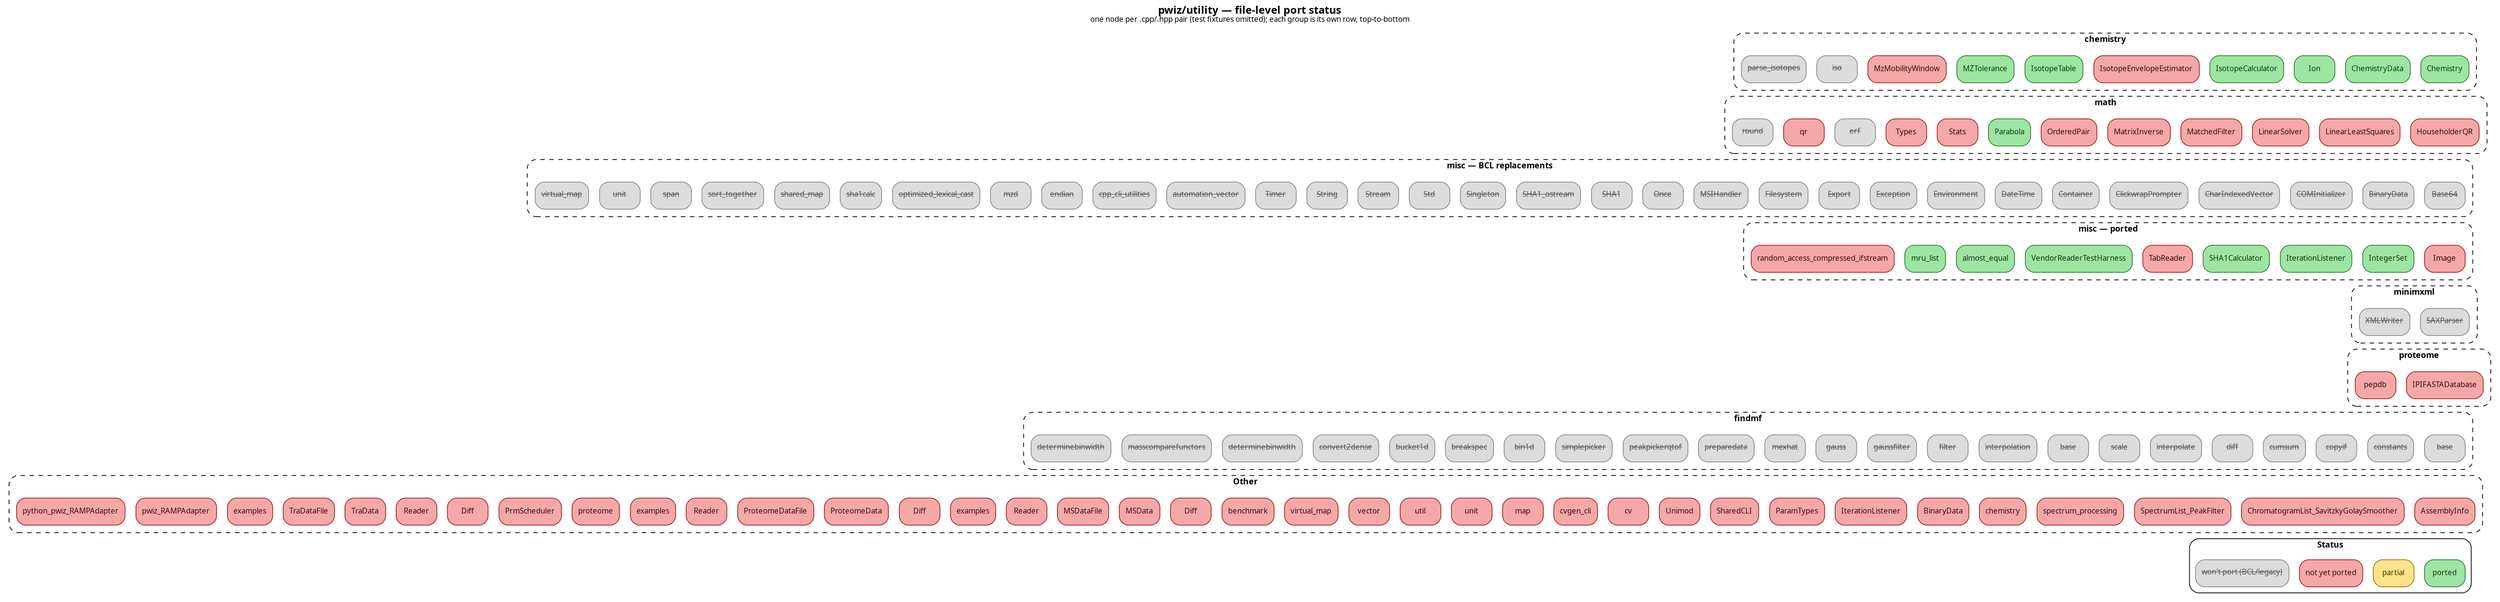
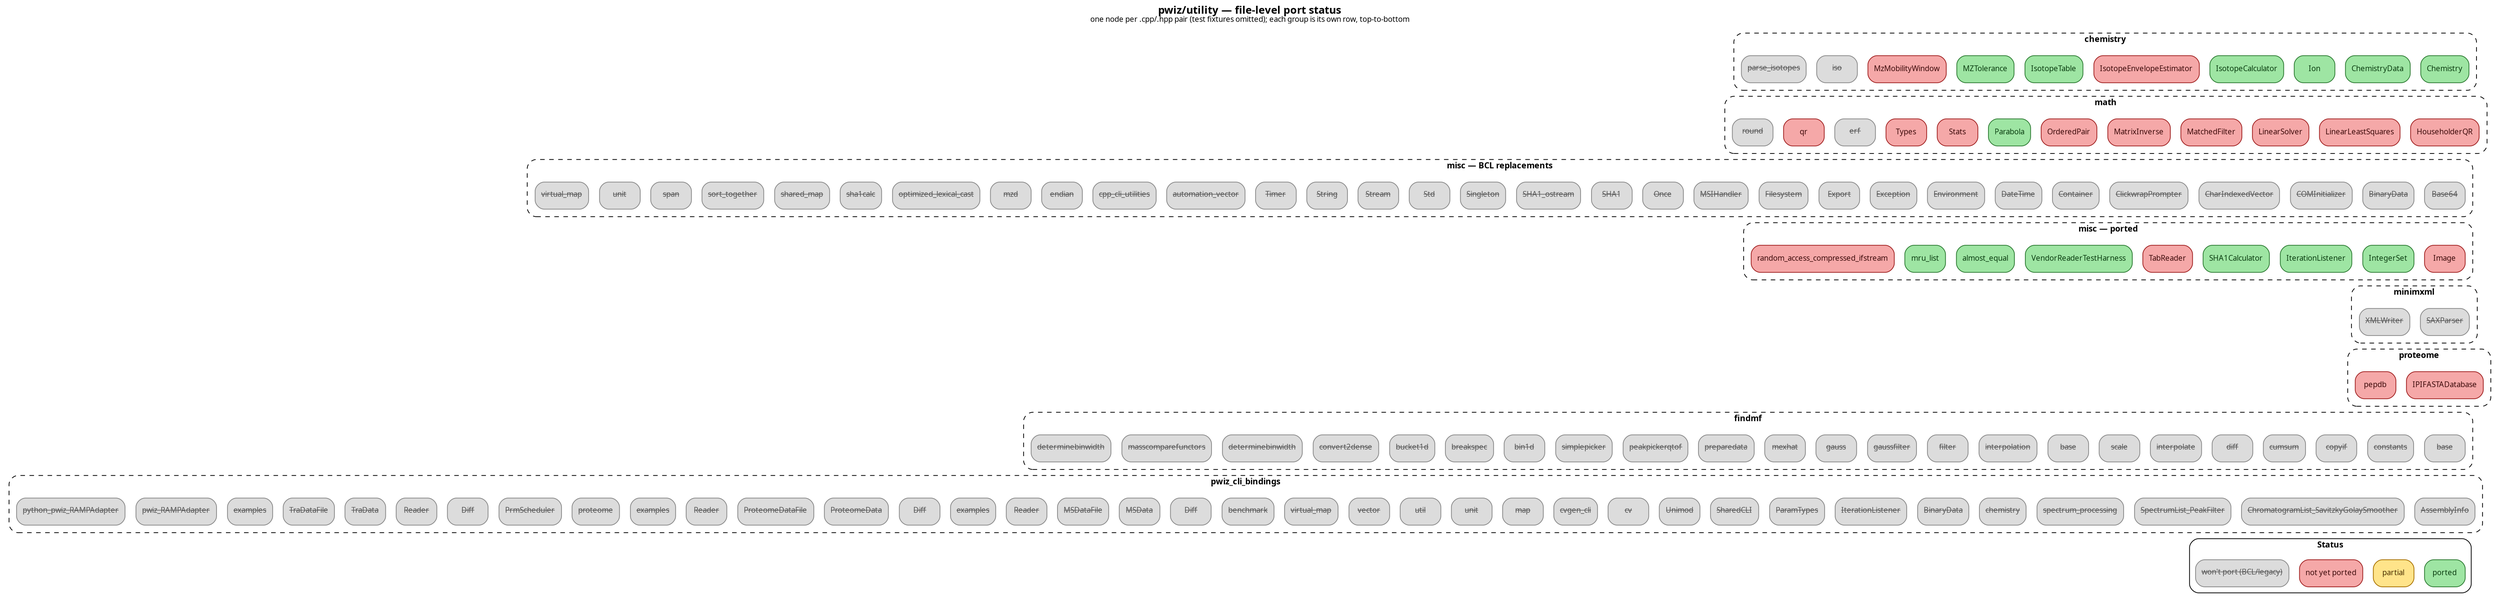
digraph pwiz_module_detail {
  rankdir=TB;
  labelloc=t;
  label=<<b>pwiz/utility — file-level port status</b><br/><font point-size="10">one node per .cpp/.hpp pair (test fixtures omitted); each group is its own row, top-to-bottom</font>>;
  fontname="Segoe UI";
  node [shape=box, style="filled,rounded", fontname="Segoe UI", fontsize=10];
  edge [color="#444"];
  ranksep=0.6; nodesep=0.2;
  compound=true;
  newrank=true;
  splines=false;
  subgraph cluster_utility_chemistry {
    label=<<b>chemistry</b>>;
    style="rounded,dashed";
    color="#888";
    fontname="Segoe UI";
    fontsize=11;
    margin=10;
    rank=same;
    n_utility__chemistry__Chemistry [label="Chemistry", fillcolor="#9ee5a3", color="#2c7a32", fontcolor="#0a3d10", tooltip="Element / Formula / Mass arithmetic. Ported as Util/Chemistry/Formula.cs + Element*.cs +&#10;PhysicalConstants.cs. Generated 118-element table from cpp via Chemistry/generate_elements.py.", href="https://github.com/ProteoWizard/pwiz/blob/master/pwiz/utility/chemistry/Chemistry.cpp", target="_blank"];
    n_utility__chemistry__ChemistryData [label="ChemistryData", fillcolor="#9ee5a3", color="#2c7a32", fontcolor="#0a3d10", tooltip="Generated isotope masses + abundances for all 118 elements. Ported as Util/Chemistry/ChemistryData.generated.cs.", href="https://github.com/ProteoWizard/pwiz/blob/master/pwiz/utility/chemistry/ChemistryData.cpp", target="_blank"];
    n_utility__chemistry__Ion [label="Ion", fillcolor="#9ee5a3", color="#2c7a32", fontcolor="#0a3d10", tooltip="m/z-from-mass-and-charge helpers. Ported as Util/Chemistry/Ion.cs.", href="https://github.com/ProteoWizard/pwiz/blob/master/pwiz/utility/chemistry/Ion.hpp", target="_blank"];
    n_utility__chemistry__IsotopeCalculator [label="IsotopeCalculator", fillcolor="#9ee5a3", color="#2c7a32", fontcolor="#0a3d10", tooltip="Isotope-envelope distribution calculator. Ported as Util/Chemistry/IsotopeCalculator.cs.", href="https://github.com/ProteoWizard/pwiz/blob/master/pwiz/utility/chemistry/IsotopeCalculator.cpp", target="_blank"];
    n_utility__chemistry__IsotopeEnvelopeEstimator [label="IsotopeEnvelopeEstimator", fillcolor="#f5a8a8", color="#a02020", fontcolor="#3d0a0a", tooltip="Statistical fit of isotope-envelope shapes. NOT PORTED — no current consumer.", href="https://github.com/ProteoWizard/pwiz/blob/master/pwiz/utility/chemistry/IsotopeEnvelopeEstimator.cpp", target="_blank"];
    n_utility__chemistry__IsotopeTable [label="IsotopeTable", fillcolor="#9ee5a3", color="#2c7a32", fontcolor="#0a3d10", tooltip="Per-element isotope table. Ported as Util/Chemistry/IsotopeTable.cs.", href="https://github.com/ProteoWizard/pwiz/blob/master/pwiz/utility/chemistry/IsotopeTable.cpp", target="_blank"];
    n_utility__chemistry__MZTolerance [label="MZTolerance", fillcolor="#9ee5a3", color="#2c7a32", fontcolor="#0a3d10", tooltip="m/z tolerance ppm/Da arithmetic. Ported as Util/Chemistry/MZTolerance.cs.", href="https://github.com/ProteoWizard/pwiz/blob/master/pwiz/utility/chemistry/MZTolerance.cpp", target="_blank"];
    n_utility__chemistry__MzMobilityWindow [label="MzMobilityWindow", fillcolor="#f5a8a8", color="#a02020", fontcolor="#3d0a0a", tooltip="(m/z, ion-mobility) window math. NOT PORTED.", href="https://github.com/ProteoWizard/pwiz/blob/master/pwiz/utility/chemistry/MzMobilityWindow.hpp", target="_blank"];
    n_utility__chemistry__iso [label=<<s>iso</s>>, fillcolor="#dcdcdc", color="#888888", fontcolor="#555555", tooltip="Small command-line tool. SKIPPED.", href="https://github.com/ProteoWizard/pwiz/blob/master/pwiz/utility/chemistry/iso.cpp", target="_blank"];
    n_utility__chemistry__parse_isotopes [label=<<s>parse_isotopes</s>>, fillcolor="#dcdcdc", color="#888888", fontcolor="#555555", tooltip="Tiny CLI helper. SKIPPED.", href="https://github.com/ProteoWizard/pwiz/blob/master/pwiz/utility/chemistry/parse_isotopes.cpp", target="_blank"];
    n_utility__chemistry__Chemistry -> n_utility__chemistry__ChemistryData -> n_utility__chemistry__Ion -> n_utility__chemistry__IsotopeCalculator -> n_utility__chemistry__IsotopeEnvelopeEstimator -> n_utility__chemistry__IsotopeTable -> n_utility__chemistry__MZTolerance -> n_utility__chemistry__MzMobilityWindow -> n_utility__chemistry__iso -> n_utility__chemistry__parse_isotopes [style=invis, constraint=false];
  }
  subgraph cluster_utility_math {
    label=<<b>math</b>>;
    style="rounded,dashed";
    color="#888";
    fontname="Segoe UI";
    fontsize=11;
    margin=10;
    rank=same;
    n_utility__math__HouseholderQR [label="HouseholderQR", fillcolor="#f5a8a8", color="#a02020", fontcolor="#3d0a0a", tooltip="Not yet ported. No specific reason recorded.", href="https://github.com/ProteoWizard/pwiz/blob/master/pwiz/utility/math/HouseholderQR.hpp", target="_blank"];
    n_utility__math__LinearLeastSquares [label="LinearLeastSquares", fillcolor="#f5a8a8", color="#a02020", fontcolor="#3d0a0a", tooltip="Not yet ported. No specific reason recorded.", href="https://github.com/ProteoWizard/pwiz/blob/master/pwiz/utility/math/LinearLeastSquares.hpp", target="_blank"];
    n_utility__math__LinearSolver [label="LinearSolver", fillcolor="#f5a8a8", color="#a02020", fontcolor="#3d0a0a", tooltip="Not yet ported. No specific reason recorded.", href="https://github.com/ProteoWizard/pwiz/blob/master/pwiz/utility/math/LinearSolver.hpp", target="_blank"];
    n_utility__math__MatchedFilter [label="MatchedFilter", fillcolor="#f5a8a8", color="#a02020", fontcolor="#3d0a0a", tooltip="Not yet ported. No specific reason recorded.", href="https://github.com/ProteoWizard/pwiz/blob/master/pwiz/utility/math/MatchedFilter.hpp", target="_blank"];
    n_utility__math__MatrixInverse [label="MatrixInverse", fillcolor="#f5a8a8", color="#a02020", fontcolor="#3d0a0a", tooltip="Use MathNet.Numerics.LinearAlgebra. NOT PORTED.", href="https://github.com/ProteoWizard/pwiz/blob/master/pwiz/utility/math/MatrixInverse.hpp", target="_blank"];
    n_utility__math__OrderedPair [label="OrderedPair", fillcolor="#f5a8a8", color="#a02020", fontcolor="#3d0a0a", tooltip="Tiny (x,y) struct. NOT PORTED — System.ValueTuple covers.", href="https://github.com/ProteoWizard/pwiz/blob/master/pwiz/utility/math/OrderedPair.hpp", target="_blank"];
    n_utility__math__Parabola [label="Parabola", fillcolor="#9ee5a3", color="#2c7a32", fontcolor="#0a3d10", tooltip="3-point parabola fit (peak-centroiding). Ported as Util/Math/Parabola.cs.", href="https://github.com/ProteoWizard/pwiz/blob/master/pwiz/utility/math/Parabola.cpp", target="_blank"];
    n_utility__math__Stats [label="Stats", fillcolor="#f5a8a8", color="#a02020", fontcolor="#3d0a0a", tooltip="Mean/variance/percentile helpers. NOT PORTED — MathNet.Numerics covers the use cases.", href="https://github.com/ProteoWizard/pwiz/blob/master/pwiz/utility/math/Stats.cpp", target="_blank"];
    n_utility__math__Types [label="Types", fillcolor="#f5a8a8", color="#a02020", fontcolor="#3d0a0a", tooltip="Not yet ported. No specific reason recorded.", href="https://github.com/ProteoWizard/pwiz/blob/master/pwiz/utility/math/Types.hpp", target="_blank"];
    n_utility__math__erf [label=<<s>erf</s>>, fillcolor="#dcdcdc", color="#888888", fontcolor="#555555", tooltip="Use System.Math.Erf (.NET 5+). SKIPPED.", href="https://github.com/ProteoWizard/pwiz/blob/master/pwiz/utility/math/erf.cpp", target="_blank"];
    n_utility__math__qr [label="qr", fillcolor="#f5a8a8", color="#a02020", fontcolor="#3d0a0a", tooltip="Not yet ported. No specific reason recorded.", href="https://github.com/ProteoWizard/pwiz/blob/master/pwiz/utility/math/qr.hpp", target="_blank"];
    n_utility__math__round [label=<<s>round</s>>, fillcolor="#dcdcdc", color="#888888", fontcolor="#555555", tooltip="Use System.Math.Round. SKIPPED.", href="https://github.com/ProteoWizard/pwiz/blob/master/pwiz/utility/math/round.hpp", target="_blank"];
    n_utility__math__HouseholderQR -> n_utility__math__LinearLeastSquares -> n_utility__math__LinearSolver -> n_utility__math__MatchedFilter -> n_utility__math__MatrixInverse -> n_utility__math__OrderedPair -> n_utility__math__Parabola -> n_utility__math__Stats -> n_utility__math__Types -> n_utility__math__erf -> n_utility__math__qr -> n_utility__math__round [style=invis, constraint=false];
  }
  subgraph cluster_utility_misc_BCL_replacements {
    label=<<b>misc — BCL replacements</b>>;
    style="rounded,dashed";
    color="#888";
    fontname="Segoe UI";
    fontsize=11;
    margin=10;
    rank=same;
    n_utility__misc__Base64 [label=<<s>Base64</s>>, fillcolor="#dcdcdc", color="#888888", fontcolor="#555555", tooltip="Use System.Convert.ToBase64String / Buffers.Text.Base64. SKIPPED.", href="https://github.com/ProteoWizard/pwiz/blob/master/pwiz/utility/misc/Base64.cpp", target="_blank"];
    n_utility__misc__BinaryData [label=<<s>BinaryData</s>>, fillcolor="#dcdcdc", color="#888888", fontcolor="#555555", tooltip="Use byte[] / Span<byte>. SKIPPED.", href="https://github.com/ProteoWizard/pwiz/blob/master/pwiz/utility/misc/BinaryData.cpp", target="_blank"];
    n_utility__misc__COMInitializer [label=<<s>COMInitializer</s>>, fillcolor="#dcdcdc", color="#888888", fontcolor="#555555", tooltip="COM apartment init. SKIPPED.", href="https://github.com/ProteoWizard/pwiz/blob/master/pwiz/utility/misc/COMInitializer.cpp", target="_blank"];
    n_utility__misc__CharIndexedVector [label=<<s>CharIndexedVector</s>>, fillcolor="#dcdcdc", color="#888888", fontcolor="#555555", tooltip="Char-keyed bitmap. SKIPPED — replaced by Dictionary<char,T>.", href="https://github.com/ProteoWizard/pwiz/blob/master/pwiz/utility/misc/CharIndexedVector.hpp", target="_blank"];
    n_utility__misc__ClickwrapPrompter [label=<<s>ClickwrapPrompter</s>>, fillcolor="#dcdcdc", color="#888888", fontcolor="#555555", tooltip="Vendor-license EULA prompt at build time. SKIPPED — handled by build scripts.", href="https://github.com/ProteoWizard/pwiz/blob/master/pwiz/utility/misc/ClickwrapPrompter.cpp", target="_blank"];
    n_utility__misc__Container [label=<<s>Container</s>>, fillcolor="#dcdcdc", color="#888888", fontcolor="#555555", tooltip="C++ STL container alias header. N/A. SKIPPED.", href="https://github.com/ProteoWizard/pwiz/blob/master/pwiz/utility/misc/Container.hpp", target="_blank"];
    n_utility__misc__DateTime [label=<<s>DateTime</s>>, fillcolor="#dcdcdc", color="#888888", fontcolor="#555555", tooltip="Use System.DateTime + System.DateTimeOffset. SKIPPED.", href="https://github.com/ProteoWizard/pwiz/blob/master/pwiz/utility/misc/DateTime.hpp", target="_blank"];
    n_utility__misc__Environment [label=<<s>Environment</s>>, fillcolor="#dcdcdc", color="#888888", fontcolor="#555555", tooltip="Use System.Environment. SKIPPED.", href="https://github.com/ProteoWizard/pwiz/blob/master/pwiz/utility/misc/Environment.hpp", target="_blank"];
    n_utility__misc__Exception [label=<<s>Exception</s>>, fillcolor="#dcdcdc", color="#888888", fontcolor="#555555", tooltip="Use System exception types. SKIPPED.", href="https://github.com/ProteoWizard/pwiz/blob/master/pwiz/utility/misc/Exception.hpp", target="_blank"];
    n_utility__misc__Export [label=<<s>Export</s>>, fillcolor="#dcdcdc", color="#888888", fontcolor="#555555", tooltip="DLL_EXPORT/IMPORT macros. N/A. SKIPPED.", href="https://github.com/ProteoWizard/pwiz/blob/master/pwiz/utility/misc/Export.hpp", target="_blank"];
    n_utility__misc__Filesystem [label=<<s>Filesystem</s>>, fillcolor="#dcdcdc", color="#888888", fontcolor="#555555", tooltip="Use System.IO.Path / Directory / File. SKIPPED.", href="https://github.com/ProteoWizard/pwiz/blob/master/pwiz/utility/misc/Filesystem.cpp", target="_blank"];
    n_utility__misc__MSIHandler [label=<<s>MSIHandler</s>>, fillcolor="#dcdcdc", color="#888888", fontcolor="#555555", tooltip="Windows Installer detection. SKIPPED.", href="https://github.com/ProteoWizard/pwiz/blob/master/pwiz/utility/misc/MSIHandler.cpp", target="_blank"];
    n_utility__misc__Once [label=<<s>Once</s>>, fillcolor="#dcdcdc", color="#888888", fontcolor="#555555", tooltip="Thread-safe one-shot init. Use Lazy<T> / static ctor. SKIPPED.", href="https://github.com/ProteoWizard/pwiz/blob/master/pwiz/utility/misc/Once.hpp", target="_blank"];
    n_utility__misc__SHA1 [label=<<s>SHA1</s>>, fillcolor="#dcdcdc", color="#888888", fontcolor="#555555", tooltip="Use System.Security.Cryptography.SHA1. SKIPPED.", href="https://github.com/ProteoWizard/pwiz/blob/master/pwiz/utility/misc/SHA1.cpp", target="_blank"];
    n_utility__misc__SHA1_ostream [label=<<s>SHA1_ostream</s>>, fillcolor="#dcdcdc", color="#888888", fontcolor="#555555", tooltip="stdout-tee SHA1 stream — covered by HashingCountingStream in MsData. SKIPPED.", href="https://github.com/ProteoWizard/pwiz/blob/master/pwiz/utility/misc/SHA1_ostream.hpp", target="_blank"];
    n_utility__misc__Singleton [label=<<s>Singleton</s>>, fillcolor="#dcdcdc", color="#888888", fontcolor="#555555", tooltip="Use static / DI / Lazy<T>. SKIPPED.", href="https://github.com/ProteoWizard/pwiz/blob/master/pwiz/utility/misc/Singleton.hpp", target="_blank"];
    n_utility__misc__Std [label=<<s>Std</s>>, fillcolor="#dcdcdc", color="#888888", fontcolor="#555555", tooltip="C++ namespace alias header (using std::...). N/A in C#. SKIPPED.", href="https://github.com/ProteoWizard/pwiz/blob/master/pwiz/utility/misc/Std.hpp", target="_blank"];
    n_utility__misc__Stream [label=<<s>Stream</s>>, fillcolor="#dcdcdc", color="#888888", fontcolor="#555555", tooltip="Use System.IO streams. SKIPPED.", href="https://github.com/ProteoWizard/pwiz/blob/master/pwiz/utility/misc/Stream.hpp", target="_blank"];
    n_utility__misc__String [label=<<s>String</s>>, fillcolor="#dcdcdc", color="#888888", fontcolor="#555555", tooltip="Use System.String + System.Text. SKIPPED.", href="https://github.com/ProteoWizard/pwiz/blob/master/pwiz/utility/misc/String.cpp", target="_blank"];
    n_utility__misc__Timer [label=<<s>Timer</s>>, fillcolor="#dcdcdc", color="#888888", fontcolor="#555555", tooltip="Use System.Diagnostics.Stopwatch. SKIPPED.", href="https://github.com/ProteoWizard/pwiz/blob/master/pwiz/utility/misc/Timer.hpp", target="_blank"];
    n_utility__misc__automation_vector [label=<<s>automation_vector</s>>, fillcolor="#dcdcdc", color="#888888", fontcolor="#555555", tooltip="COM SAFEARRAY interop helper. N/A in pwiz-sharp. SKIPPED.", href="https://github.com/ProteoWizard/pwiz/blob/master/pwiz/utility/misc/automation_vector.cpp", target="_blank"];
    n_utility__misc__cpp_cli_utilities [label=<<s>cpp_cli_utilities</s>>, fillcolor="#dcdcdc", color="#888888", fontcolor="#555555", tooltip="C++/CLI marshaling helpers (ToStdString etc.). SKIPPED — pwiz-sharp has no CLI bridge.", href="https://github.com/ProteoWizard/pwiz/blob/master/pwiz/utility/misc/cpp_cli_utilities.hpp", target="_blank"];
    n_utility__misc__endian [label=<<s>endian</s>>, fillcolor="#dcdcdc", color="#888888", fontcolor="#555555", tooltip="Use System.Buffers.Binary.BinaryPrimitives. SKIPPED.", href="https://github.com/ProteoWizard/pwiz/blob/master/pwiz/utility/misc/endian.hpp", target="_blank"];
    n_utility__misc__mzd [label=<<s>mzd</s>>, fillcolor="#dcdcdc", color="#888888", fontcolor="#555555", tooltip="mzd-format helper. SKIPPED.", href="https://github.com/ProteoWizard/pwiz/blob/master/pwiz/utility/misc/mzd.hpp", target="_blank"];
    n_utility__misc__optimized_lexical_cast [label=<<s>optimized_lexical_cast</s>>, fillcolor="#dcdcdc", color="#888888", fontcolor="#555555", tooltip="Boost lexical_cast tuning. SKIPPED — use BCL parse methods.", href="https://github.com/ProteoWizard/pwiz/blob/master/pwiz/utility/misc/optimized_lexical_cast.hpp", target="_blank"];
    n_utility__misc__sha1calc [label=<<s>sha1calc</s>>, fillcolor="#dcdcdc", color="#888888", fontcolor="#555555", tooltip="CLI wrapper around SHA1Calculator. SKIPPED.", href="https://github.com/ProteoWizard/pwiz/blob/master/pwiz/utility/misc/sha1calc.cpp", target="_blank"];
    n_utility__misc__shared_map [label=<<s>shared_map</s>>, fillcolor="#dcdcdc", color="#888888", fontcolor="#555555", tooltip="Thread-safe map wrapper. SKIPPED — use ConcurrentDictionary.", href="https://github.com/ProteoWizard/pwiz/blob/master/pwiz/utility/misc/shared_map.hpp", target="_blank"];
    n_utility__misc__sort_together [label=<<s>sort_together</s>>, fillcolor="#dcdcdc", color="#888888", fontcolor="#555555", tooltip="Parallel-array sort. SKIPPED — use indexed Array.Sort with comparator.", href="https://github.com/ProteoWizard/pwiz/blob/master/pwiz/utility/misc/sort_together.hpp", target="_blank"];
    n_utility__misc__span [label=<<s>span</s>>, fillcolor="#dcdcdc", color="#888888", fontcolor="#555555", tooltip="Use System.Span<T>. SKIPPED.", href="https://github.com/ProteoWizard/pwiz/blob/master/pwiz/utility/misc/span.hpp", target="_blank"];
    n_utility__misc__unit [label=<<s>unit</s>>, fillcolor="#dcdcdc", color="#888888", fontcolor="#555555", tooltip="C++ unit-test framework. SKIPPED — replaced by MSTest.", href="https://github.com/ProteoWizard/pwiz/blob/master/pwiz/utility/misc/unit.hpp", target="_blank"];
    n_utility__misc__virtual_map [label=<<s>virtual_map</s>>, fillcolor="#dcdcdc", color="#888888", fontcolor="#555555", tooltip="Polymorphic map. SKIPPED.", href="https://github.com/ProteoWizard/pwiz/blob/master/pwiz/utility/misc/virtual_map.hpp", target="_blank"];
    n_utility__misc__Base64 -> n_utility__misc__BinaryData -> n_utility__misc__COMInitializer -> n_utility__misc__CharIndexedVector -> n_utility__misc__ClickwrapPrompter -> n_utility__misc__Container -> n_utility__misc__DateTime -> n_utility__misc__Environment -> n_utility__misc__Exception -> n_utility__misc__Export -> n_utility__misc__Filesystem -> n_utility__misc__MSIHandler -> n_utility__misc__Once -> n_utility__misc__SHA1 -> n_utility__misc__SHA1_ostream -> n_utility__misc__Singleton -> n_utility__misc__Std -> n_utility__misc__Stream -> n_utility__misc__String -> n_utility__misc__Timer -> n_utility__misc__automation_vector -> n_utility__misc__cpp_cli_utilities -> n_utility__misc__endian -> n_utility__misc__mzd -> n_utility__misc__optimized_lexical_cast -> n_utility__misc__sha1calc -> n_utility__misc__shared_map -> n_utility__misc__sort_together -> n_utility__misc__span -> n_utility__misc__unit -> n_utility__misc__virtual_map [style=invis, constraint=false];
  }
  subgraph cluster_utility_misc_ported {
    label=<<b>misc — ported</b>>;
    style="rounded,dashed";
    color="#888";
    fontname="Segoe UI";
    fontsize=11;
    margin=10;
    rank=same;
    n_utility__misc__Image [label="Image", fillcolor="#f5a8a8", color="#a02020", fontcolor="#3d0a0a", tooltip="Image I/O (BMP/PNG output for peakpicking debug). NOT PORTED.", href="https://github.com/ProteoWizard/pwiz/blob/master/pwiz/utility/misc/Image.cpp", target="_blank"];
    n_utility__misc__IntegerSet [label="IntegerSet", fillcolor="#9ee5a3", color="#2c7a32", fontcolor="#0a3d10", tooltip="Sparse integer set with range arithmetic. Ported as Util/IntegerSet.cs.", href="https://github.com/ProteoWizard/pwiz/blob/master/pwiz/utility/misc/IntegerSet.cpp", target="_blank"];
    n_utility__misc__IterationListener [label="IterationListener", fillcolor="#9ee5a3", color="#2c7a32", fontcolor="#0a3d10", tooltip="Progress listener interface + registry. Ported as Util/Misc/IterationListener.cs (IIterationListener + IterationListenerRegistry).", href="https://github.com/ProteoWizard/pwiz/blob/master/pwiz/utility/misc/IterationListener.cpp", target="_blank"];
    n_utility__misc__SHA1Calculator [label="SHA1Calculator", fillcolor="#9ee5a3", color="#2c7a32", fontcolor="#0a3d10", tooltip="Streaming SHA-1 helper. Ported as Util/Sha1Calculator.cs.", href="https://github.com/ProteoWizard/pwiz/blob/master/pwiz/utility/misc/SHA1Calculator.cpp", target="_blank"];
    n_utility__misc__TabReader [label="TabReader", fillcolor="#f5a8a8", color="#a02020", fontcolor="#3d0a0a", tooltip="Generic TSV reader. NOT PORTED — call sites use Sciex CSV reader instead.", href="https://github.com/ProteoWizard/pwiz/blob/master/pwiz/utility/misc/TabReader.cpp", target="_blank"];
    n_utility__misc__VendorReaderTestHarness [label="VendorReaderTestHarness", fillcolor="#9ee5a3", color="#2c7a32", fontcolor="#0a3d10", tooltip="Round-trip harness: reads vendor file, normalizes, diffs against reference mzML.&#10;Ported as test/Pwiz.TestHarness/VendorReaderTestHarness.cs. Drives every vendor&#10;fixture test (Reader_Bruker_*, Reader_Thermo_*, …).", href="https://github.com/ProteoWizard/pwiz/blob/master/pwiz/utility/misc/VendorReaderTestHarness.cpp", target="_blank"];
    n_utility__misc__almost_equal [label="almost_equal", fillcolor="#9ee5a3", color="#2c7a32", fontcolor="#0a3d10", tooltip="Floating-point epsilon compare. Ported as Util/Math/FloatingPoint.cs (AlmostEqual).", href="https://github.com/ProteoWizard/pwiz/blob/master/pwiz/utility/misc/almost_equal.hpp", target="_blank"];
    n_utility__misc__mru_list [label="mru_list", fillcolor="#9ee5a3", color="#2c7a32", fontcolor="#0a3d10", tooltip="Bounded LRU helper (paired with MemoryMRUCache). Ported via Util/Collections/LruCache.cs.", href="https://github.com/ProteoWizard/pwiz/blob/master/pwiz/utility/misc/mru_list.hpp", target="_blank"];
    n_utility__misc__random_access_compressed_ifstream [label="random_access_compressed_ifstream", fillcolor="#f5a8a8", color="#a02020", fontcolor="#3d0a0a", tooltip="Seekable gzip stream. NOT PORTED — not used by core msconvert path.", href="https://github.com/ProteoWizard/pwiz/blob/master/pwiz/utility/misc/random_access_compressed_ifstream.cpp", target="_blank"];
    n_utility__misc__Image -> n_utility__misc__IntegerSet -> n_utility__misc__IterationListener -> n_utility__misc__SHA1Calculator -> n_utility__misc__TabReader -> n_utility__misc__VendorReaderTestHarness -> n_utility__misc__almost_equal -> n_utility__misc__mru_list -> n_utility__misc__random_access_compressed_ifstream [style=invis, constraint=false];
  }
  subgraph cluster_utility_minimxml {
    label=<<b>minimxml</b>>;
    style="rounded,dashed";
    color="#888";
    fontname="Segoe UI";
    fontsize=11;
    margin=10;
    rank=same;
    n_utility__minimxml__SAXParser [label=<<s>SAXParser</s>>, fillcolor="#dcdcdc", color="#888888", fontcolor="#555555", tooltip="Use System.Xml.XmlReader. SKIPPED.", href="https://github.com/ProteoWizard/pwiz/blob/master/pwiz/utility/minimxml/SAXParser.cpp", target="_blank"];
    n_utility__minimxml__XMLWriter [label=<<s>XMLWriter</s>>, fillcolor="#dcdcdc", color="#888888", fontcolor="#555555", tooltip="Use System.Xml.XmlWriter. SKIPPED.", href="https://github.com/ProteoWizard/pwiz/blob/master/pwiz/utility/minimxml/XMLWriter.cpp", target="_blank"];
    n_utility__minimxml__SAXParser -> n_utility__minimxml__XMLWriter [style=invis, constraint=false];
  }
  subgraph cluster_utility_proteome {
    label=<<b>proteome</b>>;
    style="rounded,dashed";
    color="#888";
    fontname="Segoe UI";
    fontsize=11;
    margin=10;
    rank=same;
    n_utility__proteome__IPIFASTADatabase [label="IPIFASTADatabase", fillcolor="#f5a8a8", color="#a02020", fontcolor="#3d0a0a", tooltip="Not yet ported. No specific reason recorded.", href="https://github.com/ProteoWizard/pwiz/blob/master/pwiz/utility/proteome/IPIFASTADatabase.cpp", target="_blank"];
    n_utility__proteome__pepdb [label="pepdb", fillcolor="#f5a8a8", color="#a02020", fontcolor="#3d0a0a", tooltip="Not yet ported. No specific reason recorded.", href="https://github.com/ProteoWizard/pwiz/blob/master/pwiz/utility/proteome/pepdb.cpp", target="_blank"];
    n_utility__proteome__IPIFASTADatabase -> n_utility__proteome__pepdb [style=invis, constraint=false];
  }
  subgraph cluster_utility_findmf {
    label=<<b>findmf</b>>;
    style="rounded,dashed";
    color="#888";
    fontname="Segoe UI";
    fontsize=11;
    margin=10;
    rank=same;
    n_utility__findmf__base__base__base [label=<<s>base</s>>, fillcolor="#dcdcdc", color="#888888", fontcolor="#555555", tooltip="Won't port. No specific replacement recorded.", href="https://github.com/ProteoWizard/pwiz/blob/master/pwiz/utility/findmf/base/base/base.hpp", target="_blank"];
    n_utility__findmf__base__base__constants [label=<<s>constants</s>>, fillcolor="#dcdcdc", color="#888888", fontcolor="#555555", tooltip="Won't port. No specific replacement recorded.", href="https://github.com/ProteoWizard/pwiz/blob/master/pwiz/utility/findmf/base/base/constants.hpp", target="_blank"];
    n_utility__findmf__base__base__copyif [label=<<s>copyif</s>>, fillcolor="#dcdcdc", color="#888888", fontcolor="#555555", tooltip="Won't port. No specific replacement recorded.", href="https://github.com/ProteoWizard/pwiz/blob/master/pwiz/utility/findmf/base/base/copyif.hpp", target="_blank"];
    n_utility__findmf__base__base__cumsum [label=<<s>cumsum</s>>, fillcolor="#dcdcdc", color="#888888", fontcolor="#555555", tooltip="Won't port. No specific replacement recorded.", href="https://github.com/ProteoWizard/pwiz/blob/master/pwiz/utility/findmf/base/base/cumsum.hpp", target="_blank"];
    n_utility__findmf__base__base__diff [label=<<s>diff</s>>, fillcolor="#dcdcdc", color="#888888", fontcolor="#555555", tooltip="Won't port. No specific replacement recorded.", href="https://github.com/ProteoWizard/pwiz/blob/master/pwiz/utility/findmf/base/base/diff.hpp", target="_blank"];
    n_utility__findmf__base__base__interpolate [label=<<s>interpolate</s>>, fillcolor="#dcdcdc", color="#888888", fontcolor="#555555", tooltip="Won't port. No specific replacement recorded.", href="https://github.com/ProteoWizard/pwiz/blob/master/pwiz/utility/findmf/base/base/interpolate.hpp", target="_blank"];
    n_utility__findmf__base__base__scale [label=<<s>scale</s>>, fillcolor="#dcdcdc", color="#888888", fontcolor="#555555", tooltip="Won't port. No specific replacement recorded.", href="https://github.com/ProteoWizard/pwiz/blob/master/pwiz/utility/findmf/base/base/scale.hpp", target="_blank"];
    n_utility__findmf__base__base__utilities__base [label=<<s>base</s>>, fillcolor="#dcdcdc", color="#888888", fontcolor="#555555", tooltip="Won't port. No specific replacement recorded.", href="https://github.com/ProteoWizard/pwiz/blob/master/pwiz/utility/findmf/base/base/utilities/base.hpp", target="_blank"];
    n_utility__findmf__base__base__utilities__interpolation [label=<<s>interpolation</s>>, fillcolor="#dcdcdc", color="#888888", fontcolor="#555555", tooltip="Won't port. No specific replacement recorded.", href="https://github.com/ProteoWizard/pwiz/blob/master/pwiz/utility/findmf/base/base/utilities/interpolation.hpp", target="_blank"];
    n_utility__findmf__base__filter__filter [label=<<s>filter</s>>, fillcolor="#dcdcdc", color="#888888", fontcolor="#555555", tooltip="Won't port. No specific replacement recorded.", href="https://github.com/ProteoWizard/pwiz/blob/master/pwiz/utility/findmf/base/filter/filter.hpp", target="_blank"];
    n_utility__findmf__base__filter__gaussfilter [label=<<s>gaussfilter</s>>, fillcolor="#dcdcdc", color="#888888", fontcolor="#555555", tooltip="Won't port. No specific replacement recorded.", href="https://github.com/ProteoWizard/pwiz/blob/master/pwiz/utility/findmf/base/filter/gaussfilter.hpp", target="_blank"];
    n_utility__findmf__base__filter__utilities__gauss [label=<<s>gauss</s>>, fillcolor="#dcdcdc", color="#888888", fontcolor="#555555", tooltip="Won't port. No specific replacement recorded.", href="https://github.com/ProteoWizard/pwiz/blob/master/pwiz/utility/findmf/base/filter/utilities/gauss.hpp", target="_blank"];
    n_utility__findmf__base__filter__utilities__mexhat [label=<<s>mexhat</s>>, fillcolor="#dcdcdc", color="#888888", fontcolor="#555555", tooltip="Won't port. No specific replacement recorded.", href="https://github.com/ProteoWizard/pwiz/blob/master/pwiz/utility/findmf/base/filter/utilities/mexhat.hpp", target="_blank"];
    n_utility__findmf__base__filter__utilities__preparedata [label=<<s>preparedata</s>>, fillcolor="#dcdcdc", color="#888888", fontcolor="#555555", tooltip="Won't port. No specific replacement recorded.", href="https://github.com/ProteoWizard/pwiz/blob/master/pwiz/utility/findmf/base/filter/utilities/preparedata.hpp", target="_blank"];
    n_utility__findmf__base__ms__peakpickerqtof [label=<<s>peakpickerqtof</s>>, fillcolor="#dcdcdc", color="#888888", fontcolor="#555555", tooltip="Won't port. No specific replacement recorded.", href="https://github.com/ProteoWizard/pwiz/blob/master/pwiz/utility/findmf/base/ms/peakpickerqtof.hpp", target="_blank"];
    n_utility__findmf__base__ms__simplepicker [label=<<s>simplepicker</s>>, fillcolor="#dcdcdc", color="#888888", fontcolor="#555555", tooltip="Won't port. No specific replacement recorded.", href="https://github.com/ProteoWizard/pwiz/blob/master/pwiz/utility/findmf/base/ms/simplepicker.hpp", target="_blank"];
    n_utility__findmf__base__resample__bin1d [label=<<s>bin1d</s>>, fillcolor="#dcdcdc", color="#888888", fontcolor="#555555", tooltip="Won't port. No specific replacement recorded.", href="https://github.com/ProteoWizard/pwiz/blob/master/pwiz/utility/findmf/base/resample/bin1d.hpp", target="_blank"];
    n_utility__findmf__base__resample__breakspec [label=<<s>breakspec</s>>, fillcolor="#dcdcdc", color="#888888", fontcolor="#555555", tooltip="Won't port. No specific replacement recorded.", href="https://github.com/ProteoWizard/pwiz/blob/master/pwiz/utility/findmf/base/resample/breakspec.hpp", target="_blank"];
    n_utility__findmf__base__resample__bucket1d [label=<<s>bucket1d</s>>, fillcolor="#dcdcdc", color="#888888", fontcolor="#555555", tooltip="Won't port. No specific replacement recorded.", href="https://github.com/ProteoWizard/pwiz/blob/master/pwiz/utility/findmf/base/resample/bucket1d.hpp", target="_blank"];
    n_utility__findmf__base__resample__convert2dense [label=<<s>convert2dense</s>>, fillcolor="#dcdcdc", color="#888888", fontcolor="#555555", tooltip="Won't port. No specific replacement recorded.", href="https://github.com/ProteoWizard/pwiz/blob/master/pwiz/utility/findmf/base/resample/convert2dense.hpp", target="_blank"];
    n_utility__findmf__base__resample__determinebinwidth [label=<<s>determinebinwidth</s>>, fillcolor="#dcdcdc", color="#888888", fontcolor="#555555", tooltip="Won't port. No specific replacement recorded.", href="https://github.com/ProteoWizard/pwiz/blob/master/pwiz/utility/findmf/base/resample/determinebinwidth.hpp", target="_blank"];
    n_utility__findmf__base__resample__masscomparefunctors [label=<<s>masscomparefunctors</s>>, fillcolor="#dcdcdc", color="#888888", fontcolor="#555555", tooltip="Won't port. No specific replacement recorded.", href="https://github.com/ProteoWizard/pwiz/blob/master/pwiz/utility/findmf/base/resample/masscomparefunctors.hpp", target="_blank"];
    n_utility__findmf__base__resample__utilities__determinebinwidth [label=<<s>determinebinwidth</s>>, fillcolor="#dcdcdc", color="#888888", fontcolor="#555555", tooltip="Won't port. No specific replacement recorded.", href="https://github.com/ProteoWizard/pwiz/blob/master/pwiz/utility/findmf/base/resample/utilities/determinebinwidth.hpp", target="_blank"];
    n_utility__findmf__base__base__base -> n_utility__findmf__base__base__constants -> n_utility__findmf__base__base__copyif -> n_utility__findmf__base__base__cumsum -> n_utility__findmf__base__base__diff -> n_utility__findmf__base__base__interpolate -> n_utility__findmf__base__base__scale -> n_utility__findmf__base__base__utilities__base -> n_utility__findmf__base__base__utilities__interpolation -> n_utility__findmf__base__filter__filter -> n_utility__findmf__base__filter__gaussfilter -> n_utility__findmf__base__filter__utilities__gauss -> n_utility__findmf__base__filter__utilities__mexhat -> n_utility__findmf__base__filter__utilities__preparedata -> n_utility__findmf__base__ms__peakpickerqtof -> n_utility__findmf__base__ms__simplepicker -> n_utility__findmf__base__resample__bin1d -> n_utility__findmf__base__resample__breakspec -> n_utility__findmf__base__resample__bucket1d -> n_utility__findmf__base__resample__convert2dense -> n_utility__findmf__base__resample__determinebinwidth -> n_utility__findmf__base__resample__masscomparefunctors -> n_utility__findmf__base__resample__utilities__determinebinwidth [style=invis, constraint=false];
  }
-   subgraph cluster_utility_Other {
-     label=<<b>Other</b>>;
-     style="rounded,dashed";
-     color="#888";
-     fontname="Segoe UI";
-     fontsize=11;
-     margin=10;
-     rank=same;
-     n_utility__bindings__CLI__AssemblyInfo [label="AssemblyInfo", fillcolor="#f5a8a8", color="#a02020", fontcolor="#3d0a0a", tooltip="Not yet ported. No specific reason recorded.", href="https://github.com/ProteoWizard/pwiz/blob/master/pwiz/utility/bindings/CLI/AssemblyInfo.cpp", target="_blank"];
-     n_utility__bindings__CLI__ChromatogramList_SavitzkyGolaySmoother [label="ChromatogramList_SavitzkyGolaySmoother", fillcolor="#f5a8a8", color="#a02020", fontcolor="#3d0a0a", tooltip="Not yet ported. No specific reason recorded.", href="https://github.com/ProteoWizard/pwiz/blob/master/pwiz/utility/bindings/CLI/ChromatogramList_SavitzkyGolaySmoother.hpp", target="_blank"];
-     n_utility__bindings__CLI__analysis__SpectrumList_PeakFilter [label="SpectrumList_PeakFilter", fillcolor="#f5a8a8", color="#a02020", fontcolor="#3d0a0a", tooltip="Not yet ported. No specific reason recorded.", href="https://github.com/ProteoWizard/pwiz/blob/master/pwiz/utility/bindings/CLI/analysis/SpectrumList_PeakFilter.cpp", target="_blank"];
-     n_utility__bindings__CLI__analysis__spectrum_processing [label="spectrum_processing", fillcolor="#f5a8a8", color="#a02020", fontcolor="#3d0a0a", tooltip="Not yet ported. No specific reason recorded.", href="https://github.com/ProteoWizard/pwiz/blob/master/pwiz/utility/bindings/CLI/analysis/spectrum_processing.cpp", target="_blank"];
-     n_utility__bindings__CLI__chemistry__chemistry [label="chemistry", fillcolor="#f5a8a8", color="#a02020", fontcolor="#3d0a0a", tooltip="Not yet ported. No specific reason recorded.", href="https://github.com/ProteoWizard/pwiz/blob/master/pwiz/utility/bindings/CLI/chemistry/chemistry.cpp", target="_blank"];
-     n_utility__bindings__CLI__common__BinaryData [label="BinaryData", fillcolor="#f5a8a8", color="#a02020", fontcolor="#3d0a0a", tooltip="Not yet ported. No specific reason recorded.", href="https://github.com/ProteoWizard/pwiz/blob/master/pwiz/utility/bindings/CLI/common/BinaryData.hpp", target="_blank"];
-     n_utility__bindings__CLI__common__IterationListener [label="IterationListener", fillcolor="#f5a8a8", color="#a02020", fontcolor="#3d0a0a", tooltip="Not yet ported. No specific reason recorded.", href="https://github.com/ProteoWizard/pwiz/blob/master/pwiz/utility/bindings/CLI/common/IterationListener.cpp", target="_blank"];
-     n_utility__bindings__CLI__common__ParamTypes [label="ParamTypes", fillcolor="#f5a8a8", color="#a02020", fontcolor="#3d0a0a", tooltip="Not yet ported. No specific reason recorded.", href="https://github.com/ProteoWizard/pwiz/blob/master/pwiz/utility/bindings/CLI/common/ParamTypes.cpp", target="_blank"];
-     n_utility__bindings__CLI__common__SharedCLI [label="SharedCLI", fillcolor="#f5a8a8", color="#a02020", fontcolor="#3d0a0a", tooltip="Not yet ported. No specific reason recorded.", href="https://github.com/ProteoWizard/pwiz/blob/master/pwiz/utility/bindings/CLI/common/SharedCLI.hpp", target="_blank"];
-     n_utility__bindings__CLI__common__Unimod [label="Unimod", fillcolor="#f5a8a8", color="#a02020", fontcolor="#3d0a0a", tooltip="Not yet ported. No specific reason recorded.", href="https://github.com/ProteoWizard/pwiz/blob/master/pwiz/utility/bindings/CLI/common/Unimod.cpp", target="_blank"];
-     n_utility__bindings__CLI__common__cv [label="cv", fillcolor="#f5a8a8", color="#a02020", fontcolor="#3d0a0a", tooltip="Not yet ported. No specific reason recorded.", href="https://github.com/ProteoWizard/pwiz/blob/master/pwiz/utility/bindings/CLI/common/cv.hpp", target="_blank"];
-     n_utility__bindings__CLI__common__cvgen_cli [label="cvgen_cli", fillcolor="#f5a8a8", color="#a02020", fontcolor="#3d0a0a", tooltip="Not yet ported. No specific reason recorded.", href="https://github.com/ProteoWizard/pwiz/blob/master/pwiz/utility/bindings/CLI/common/cvgen_cli.cpp", target="_blank"];
-     n_utility__bindings__CLI__common__map [label="map", fillcolor="#f5a8a8", color="#a02020", fontcolor="#3d0a0a", tooltip="Not yet ported. No specific reason recorded.", href="https://github.com/ProteoWizard/pwiz/blob/master/pwiz/utility/bindings/CLI/common/map.hpp", target="_blank"];
-     n_utility__bindings__CLI__common__unit [label="unit", fillcolor="#f5a8a8", color="#a02020", fontcolor="#3d0a0a", tooltip="Not yet ported. No specific reason recorded.", href="https://github.com/ProteoWizard/pwiz/blob/master/pwiz/utility/bindings/CLI/common/unit.hpp", target="_blank"];
-     n_utility__bindings__CLI__common__util [label="util", fillcolor="#f5a8a8", color="#a02020", fontcolor="#3d0a0a", tooltip="Not yet ported. No specific reason recorded.", href="https://github.com/ProteoWizard/pwiz/blob/master/pwiz/utility/bindings/CLI/common/util.cpp", target="_blank"];
-     n_utility__bindings__CLI__common__vector [label="vector", fillcolor="#f5a8a8", color="#a02020", fontcolor="#3d0a0a", tooltip="Not yet ported. No specific reason recorded.", href="https://github.com/ProteoWizard/pwiz/blob/master/pwiz/utility/bindings/CLI/common/vector.hpp", target="_blank"];
-     n_utility__bindings__CLI__common__virtual_map [label="virtual_map", fillcolor="#f5a8a8", color="#a02020", fontcolor="#3d0a0a", tooltip="Not yet ported. No specific reason recorded.", href="https://github.com/ProteoWizard/pwiz/blob/master/pwiz/utility/bindings/CLI/common/virtual_map.hpp", target="_blank"];
-     n_utility__bindings__CLI__example__benchmark [label="benchmark", fillcolor="#f5a8a8", color="#a02020", fontcolor="#3d0a0a", tooltip="Not yet ported. No specific reason recorded.", href="https://github.com/ProteoWizard/pwiz/blob/master/pwiz/utility/bindings/CLI/example/benchmark.cpp", target="_blank"];
-     n_utility__bindings__CLI__msdata__Diff [label="Diff", fillcolor="#f5a8a8", color="#a02020", fontcolor="#3d0a0a", tooltip="Not yet ported. No specific reason recorded.", href="https://github.com/ProteoWizard/pwiz/blob/master/pwiz/utility/bindings/CLI/msdata/Diff.cpp", target="_blank"];
-     n_utility__bindings__CLI__msdata__MSData [label="MSData", fillcolor="#f5a8a8", color="#a02020", fontcolor="#3d0a0a", tooltip="Not yet ported. No specific reason recorded.", href="https://github.com/ProteoWizard/pwiz/blob/master/pwiz/utility/bindings/CLI/msdata/MSData.cpp", target="_blank"];
-     n_utility__bindings__CLI__msdata__MSDataFile [label="MSDataFile", fillcolor="#f5a8a8", color="#a02020", fontcolor="#3d0a0a", tooltip="Not yet ported. No specific reason recorded.", href="https://github.com/ProteoWizard/pwiz/blob/master/pwiz/utility/bindings/CLI/msdata/MSDataFile.cpp", target="_blank"];
-     n_utility__bindings__CLI__msdata__Reader [label="Reader", fillcolor="#f5a8a8", color="#a02020", fontcolor="#3d0a0a", tooltip="Not yet ported. No specific reason recorded.", href="https://github.com/ProteoWizard/pwiz/blob/master/pwiz/utility/bindings/CLI/msdata/Reader.cpp", target="_blank"];
-     n_utility__bindings__CLI__msdata__examples [label="examples", fillcolor="#f5a8a8", color="#a02020", fontcolor="#3d0a0a", tooltip="Not yet ported. No specific reason recorded.", href="https://github.com/ProteoWizard/pwiz/blob/master/pwiz/utility/bindings/CLI/msdata/examples.cpp", target="_blank"];
-     n_utility__bindings__CLI__proteome__Diff [label="Diff", fillcolor="#f5a8a8", color="#a02020", fontcolor="#3d0a0a", tooltip="Not yet ported. No specific reason recorded.", href="https://github.com/ProteoWizard/pwiz/blob/master/pwiz/utility/bindings/CLI/proteome/Diff.cpp", target="_blank"];
-     n_utility__bindings__CLI__proteome__ProteomeData [label="ProteomeData", fillcolor="#f5a8a8", color="#a02020", fontcolor="#3d0a0a", tooltip="Not yet ported. No specific reason recorded.", href="https://github.com/ProteoWizard/pwiz/blob/master/pwiz/utility/bindings/CLI/proteome/ProteomeData.cpp", target="_blank"];
-     n_utility__bindings__CLI__proteome__ProteomeDataFile [label="ProteomeDataFile", fillcolor="#f5a8a8", color="#a02020", fontcolor="#3d0a0a", tooltip="Not yet ported. No specific reason recorded.", href="https://github.com/ProteoWizard/pwiz/blob/master/pwiz/utility/bindings/CLI/proteome/ProteomeDataFile.cpp", target="_blank"];
-     n_utility__bindings__CLI__proteome__Reader [label="Reader", fillcolor="#f5a8a8", color="#a02020", fontcolor="#3d0a0a", tooltip="Not yet ported. No specific reason recorded.", href="https://github.com/ProteoWizard/pwiz/blob/master/pwiz/utility/bindings/CLI/proteome/Reader.cpp", target="_blank"];
-     n_utility__bindings__CLI__proteome__examples [label="examples", fillcolor="#f5a8a8", color="#a02020", fontcolor="#3d0a0a", tooltip="Not yet ported. No specific reason recorded.", href="https://github.com/ProteoWizard/pwiz/blob/master/pwiz/utility/bindings/CLI/proteome/examples.cpp", target="_blank"];
-     n_utility__bindings__CLI__proteome__proteome [label="proteome", fillcolor="#f5a8a8", color="#a02020", fontcolor="#3d0a0a", tooltip="Not yet ported. No specific reason recorded.", href="https://github.com/ProteoWizard/pwiz/blob/master/pwiz/utility/bindings/CLI/proteome/proteome.cpp", target="_blank"];
-     n_utility__bindings__CLI__timstof_prm_scheduler__PrmScheduler [label="PrmScheduler", fillcolor="#f5a8a8", color="#a02020", fontcolor="#3d0a0a", tooltip="Not yet ported. No specific reason recorded.", href="https://github.com/ProteoWizard/pwiz/blob/master/pwiz/utility/bindings/CLI/timstof_prm_scheduler/PrmScheduler.cpp", target="_blank"];
-     n_utility__bindings__CLI__tradata__Diff [label="Diff", fillcolor="#f5a8a8", color="#a02020", fontcolor="#3d0a0a", tooltip="Not yet ported. No specific reason recorded.", href="https://github.com/ProteoWizard/pwiz/blob/master/pwiz/utility/bindings/CLI/tradata/Diff.cpp", target="_blank"];
-     n_utility__bindings__CLI__tradata__Reader [label="Reader", fillcolor="#f5a8a8", color="#a02020", fontcolor="#3d0a0a", tooltip="Not yet ported. No specific reason recorded.", href="https://github.com/ProteoWizard/pwiz/blob/master/pwiz/utility/bindings/CLI/tradata/Reader.cpp", target="_blank"];
-     n_utility__bindings__CLI__tradata__TraData [label="TraData", fillcolor="#f5a8a8", color="#a02020", fontcolor="#3d0a0a", tooltip="Not yet ported. No specific reason recorded.", href="https://github.com/ProteoWizard/pwiz/blob/master/pwiz/utility/bindings/CLI/tradata/TraData.cpp", target="_blank"];
-     n_utility__bindings__CLI__tradata__TraDataFile [label="TraDataFile", fillcolor="#f5a8a8", color="#a02020", fontcolor="#3d0a0a", tooltip="Not yet ported. No specific reason recorded.", href="https://github.com/ProteoWizard/pwiz/blob/master/pwiz/utility/bindings/CLI/tradata/TraDataFile.cpp", target="_blank"];
-     n_utility__bindings__CLI__tradata__examples [label="examples", fillcolor="#f5a8a8", color="#a02020", fontcolor="#3d0a0a", tooltip="Not yet ported. No specific reason recorded.", href="https://github.com/ProteoWizard/pwiz/blob/master/pwiz/utility/bindings/CLI/tradata/examples.cpp", target="_blank"];
-     n_utility__bindings__SWIG__pwiz_RAMPAdapter [label="pwiz_RAMPAdapter", fillcolor="#f5a8a8", color="#a02020", fontcolor="#3d0a0a", tooltip="Not yet ported. No specific reason recorded.", href="https://github.com/ProteoWizard/pwiz/blob/master/pwiz/utility/bindings/SWIG/pwiz_RAMPAdapter.cpp", target="_blank"];
-     n_utility__bindings__SWIG__python_pwiz_RAMPAdapter [label="python_pwiz_RAMPAdapter", fillcolor="#f5a8a8", color="#a02020", fontcolor="#3d0a0a", tooltip="Not yet ported. No specific reason recorded.", href="https://github.com/ProteoWizard/pwiz/blob/master/pwiz/utility/bindings/SWIG/python_pwiz_RAMPAdapter.cpp", target="_blank"];
+   subgraph cluster_utility_pwiz_cli_bindings {
+     label=<<b>pwiz_cli_bindings</b>>;
+     style="rounded,dashed";
+     color="#888";
+     fontname="Segoe UI";
+     fontsize=11;
+     margin=10;
+     rank=same;
+     n_utility__bindings__CLI__AssemblyInfo [label=<<s>AssemblyInfo</s>>, fillcolor="#dcdcdc", color="#888888", fontcolor="#555555", tooltip="Won't port. No specific replacement recorded.", href="https://github.com/ProteoWizard/pwiz/blob/master/pwiz/utility/bindings/CLI/AssemblyInfo.cpp", target="_blank"];
+     n_utility__bindings__CLI__ChromatogramList_SavitzkyGolaySmoother [label=<<s>ChromatogramList_SavitzkyGolaySmoother</s>>, fillcolor="#dcdcdc", color="#888888", fontcolor="#555555", tooltip="Won't port. No specific replacement recorded.", href="https://github.com/ProteoWizard/pwiz/blob/master/pwiz/utility/bindings/CLI/ChromatogramList_SavitzkyGolaySmoother.hpp", target="_blank"];
+     n_utility__bindings__CLI__analysis__SpectrumList_PeakFilter [label=<<s>SpectrumList_PeakFilter</s>>, fillcolor="#dcdcdc", color="#888888", fontcolor="#555555", tooltip="Won't port. No specific replacement recorded.", href="https://github.com/ProteoWizard/pwiz/blob/master/pwiz/utility/bindings/CLI/analysis/SpectrumList_PeakFilter.cpp", target="_blank"];
+     n_utility__bindings__CLI__analysis__spectrum_processing [label=<<s>spectrum_processing</s>>, fillcolor="#dcdcdc", color="#888888", fontcolor="#555555", tooltip="Won't port. No specific replacement recorded.", href="https://github.com/ProteoWizard/pwiz/blob/master/pwiz/utility/bindings/CLI/analysis/spectrum_processing.cpp", target="_blank"];
+     n_utility__bindings__CLI__chemistry__chemistry [label=<<s>chemistry</s>>, fillcolor="#dcdcdc", color="#888888", fontcolor="#555555", tooltip="Won't port. No specific replacement recorded.", href="https://github.com/ProteoWizard/pwiz/blob/master/pwiz/utility/bindings/CLI/chemistry/chemistry.cpp", target="_blank"];
+     n_utility__bindings__CLI__common__BinaryData [label=<<s>BinaryData</s>>, fillcolor="#dcdcdc", color="#888888", fontcolor="#555555", tooltip="Won't port. No specific replacement recorded.", href="https://github.com/ProteoWizard/pwiz/blob/master/pwiz/utility/bindings/CLI/common/BinaryData.hpp", target="_blank"];
+     n_utility__bindings__CLI__common__IterationListener [label=<<s>IterationListener</s>>, fillcolor="#dcdcdc", color="#888888", fontcolor="#555555", tooltip="Won't port. No specific replacement recorded.", href="https://github.com/ProteoWizard/pwiz/blob/master/pwiz/utility/bindings/CLI/common/IterationListener.cpp", target="_blank"];
+     n_utility__bindings__CLI__common__ParamTypes [label=<<s>ParamTypes</s>>, fillcolor="#dcdcdc", color="#888888", fontcolor="#555555", tooltip="Won't port. No specific replacement recorded.", href="https://github.com/ProteoWizard/pwiz/blob/master/pwiz/utility/bindings/CLI/common/ParamTypes.cpp", target="_blank"];
+     n_utility__bindings__CLI__common__SharedCLI [label=<<s>SharedCLI</s>>, fillcolor="#dcdcdc", color="#888888", fontcolor="#555555", tooltip="Won't port. No specific replacement recorded.", href="https://github.com/ProteoWizard/pwiz/blob/master/pwiz/utility/bindings/CLI/common/SharedCLI.hpp", target="_blank"];
+     n_utility__bindings__CLI__common__Unimod [label=<<s>Unimod</s>>, fillcolor="#dcdcdc", color="#888888", fontcolor="#555555", tooltip="Won't port. No specific replacement recorded.", href="https://github.com/ProteoWizard/pwiz/blob/master/pwiz/utility/bindings/CLI/common/Unimod.cpp", target="_blank"];
+     n_utility__bindings__CLI__common__cv [label=<<s>cv</s>>, fillcolor="#dcdcdc", color="#888888", fontcolor="#555555", tooltip="Won't port. No specific replacement recorded.", href="https://github.com/ProteoWizard/pwiz/blob/master/pwiz/utility/bindings/CLI/common/cv.hpp", target="_blank"];
+     n_utility__bindings__CLI__common__cvgen_cli [label=<<s>cvgen_cli</s>>, fillcolor="#dcdcdc", color="#888888", fontcolor="#555555", tooltip="Won't port. No specific replacement recorded.", href="https://github.com/ProteoWizard/pwiz/blob/master/pwiz/utility/bindings/CLI/common/cvgen_cli.cpp", target="_blank"];
+     n_utility__bindings__CLI__common__map [label=<<s>map</s>>, fillcolor="#dcdcdc", color="#888888", fontcolor="#555555", tooltip="Won't port. No specific replacement recorded.", href="https://github.com/ProteoWizard/pwiz/blob/master/pwiz/utility/bindings/CLI/common/map.hpp", target="_blank"];
+     n_utility__bindings__CLI__common__unit [label=<<s>unit</s>>, fillcolor="#dcdcdc", color="#888888", fontcolor="#555555", tooltip="Won't port. No specific replacement recorded.", href="https://github.com/ProteoWizard/pwiz/blob/master/pwiz/utility/bindings/CLI/common/unit.hpp", target="_blank"];
+     n_utility__bindings__CLI__common__util [label=<<s>util</s>>, fillcolor="#dcdcdc", color="#888888", fontcolor="#555555", tooltip="Won't port. No specific replacement recorded.", href="https://github.com/ProteoWizard/pwiz/blob/master/pwiz/utility/bindings/CLI/common/util.cpp", target="_blank"];
+     n_utility__bindings__CLI__common__vector [label=<<s>vector</s>>, fillcolor="#dcdcdc", color="#888888", fontcolor="#555555", tooltip="Won't port. No specific replacement recorded.", href="https://github.com/ProteoWizard/pwiz/blob/master/pwiz/utility/bindings/CLI/common/vector.hpp", target="_blank"];
+     n_utility__bindings__CLI__common__virtual_map [label=<<s>virtual_map</s>>, fillcolor="#dcdcdc", color="#888888", fontcolor="#555555", tooltip="Won't port. No specific replacement recorded.", href="https://github.com/ProteoWizard/pwiz/blob/master/pwiz/utility/bindings/CLI/common/virtual_map.hpp", target="_blank"];
+     n_utility__bindings__CLI__example__benchmark [label=<<s>benchmark</s>>, fillcolor="#dcdcdc", color="#888888", fontcolor="#555555", tooltip="Won't port. No specific replacement recorded.", href="https://github.com/ProteoWizard/pwiz/blob/master/pwiz/utility/bindings/CLI/example/benchmark.cpp", target="_blank"];
+     n_utility__bindings__CLI__msdata__Diff [label=<<s>Diff</s>>, fillcolor="#dcdcdc", color="#888888", fontcolor="#555555", tooltip="Won't port. No specific replacement recorded.", href="https://github.com/ProteoWizard/pwiz/blob/master/pwiz/utility/bindings/CLI/msdata/Diff.cpp", target="_blank"];
+     n_utility__bindings__CLI__msdata__MSData [label=<<s>MSData</s>>, fillcolor="#dcdcdc", color="#888888", fontcolor="#555555", tooltip="Won't port. No specific replacement recorded.", href="https://github.com/ProteoWizard/pwiz/blob/master/pwiz/utility/bindings/CLI/msdata/MSData.cpp", target="_blank"];
+     n_utility__bindings__CLI__msdata__MSDataFile [label=<<s>MSDataFile</s>>, fillcolor="#dcdcdc", color="#888888", fontcolor="#555555", tooltip="Won't port. No specific replacement recorded.", href="https://github.com/ProteoWizard/pwiz/blob/master/pwiz/utility/bindings/CLI/msdata/MSDataFile.cpp", target="_blank"];
+     n_utility__bindings__CLI__msdata__Reader [label=<<s>Reader</s>>, fillcolor="#dcdcdc", color="#888888", fontcolor="#555555", tooltip="Won't port. No specific replacement recorded.", href="https://github.com/ProteoWizard/pwiz/blob/master/pwiz/utility/bindings/CLI/msdata/Reader.cpp", target="_blank"];
+     n_utility__bindings__CLI__msdata__examples [label=<<s>examples</s>>, fillcolor="#dcdcdc", color="#888888", fontcolor="#555555", tooltip="Won't port. No specific replacement recorded.", href="https://github.com/ProteoWizard/pwiz/blob/master/pwiz/utility/bindings/CLI/msdata/examples.cpp", target="_blank"];
+     n_utility__bindings__CLI__proteome__Diff [label=<<s>Diff</s>>, fillcolor="#dcdcdc", color="#888888", fontcolor="#555555", tooltip="Won't port. No specific replacement recorded.", href="https://github.com/ProteoWizard/pwiz/blob/master/pwiz/utility/bindings/CLI/proteome/Diff.cpp", target="_blank"];
+     n_utility__bindings__CLI__proteome__ProteomeData [label=<<s>ProteomeData</s>>, fillcolor="#dcdcdc", color="#888888", fontcolor="#555555", tooltip="Won't port. No specific replacement recorded.", href="https://github.com/ProteoWizard/pwiz/blob/master/pwiz/utility/bindings/CLI/proteome/ProteomeData.cpp", target="_blank"];
+     n_utility__bindings__CLI__proteome__ProteomeDataFile [label=<<s>ProteomeDataFile</s>>, fillcolor="#dcdcdc", color="#888888", fontcolor="#555555", tooltip="Won't port. No specific replacement recorded.", href="https://github.com/ProteoWizard/pwiz/blob/master/pwiz/utility/bindings/CLI/proteome/ProteomeDataFile.cpp", target="_blank"];
+     n_utility__bindings__CLI__proteome__Reader [label=<<s>Reader</s>>, fillcolor="#dcdcdc", color="#888888", fontcolor="#555555", tooltip="Won't port. No specific replacement recorded.", href="https://github.com/ProteoWizard/pwiz/blob/master/pwiz/utility/bindings/CLI/proteome/Reader.cpp", target="_blank"];
+     n_utility__bindings__CLI__proteome__examples [label=<<s>examples</s>>, fillcolor="#dcdcdc", color="#888888", fontcolor="#555555", tooltip="Won't port. No specific replacement recorded.", href="https://github.com/ProteoWizard/pwiz/blob/master/pwiz/utility/bindings/CLI/proteome/examples.cpp", target="_blank"];
+     n_utility__bindings__CLI__proteome__proteome [label=<<s>proteome</s>>, fillcolor="#dcdcdc", color="#888888", fontcolor="#555555", tooltip="Won't port. No specific replacement recorded.", href="https://github.com/ProteoWizard/pwiz/blob/master/pwiz/utility/bindings/CLI/proteome/proteome.cpp", target="_blank"];
+     n_utility__bindings__CLI__timstof_prm_scheduler__PrmScheduler [label=<<s>PrmScheduler</s>>, fillcolor="#dcdcdc", color="#888888", fontcolor="#555555", tooltip="Won't port. No specific replacement recorded.", href="https://github.com/ProteoWizard/pwiz/blob/master/pwiz/utility/bindings/CLI/timstof_prm_scheduler/PrmScheduler.cpp", target="_blank"];
+     n_utility__bindings__CLI__tradata__Diff [label=<<s>Diff</s>>, fillcolor="#dcdcdc", color="#888888", fontcolor="#555555", tooltip="Won't port. No specific replacement recorded.", href="https://github.com/ProteoWizard/pwiz/blob/master/pwiz/utility/bindings/CLI/tradata/Diff.cpp", target="_blank"];
+     n_utility__bindings__CLI__tradata__Reader [label=<<s>Reader</s>>, fillcolor="#dcdcdc", color="#888888", fontcolor="#555555", tooltip="Won't port. No specific replacement recorded.", href="https://github.com/ProteoWizard/pwiz/blob/master/pwiz/utility/bindings/CLI/tradata/Reader.cpp", target="_blank"];
+     n_utility__bindings__CLI__tradata__TraData [label=<<s>TraData</s>>, fillcolor="#dcdcdc", color="#888888", fontcolor="#555555", tooltip="Won't port. No specific replacement recorded.", href="https://github.com/ProteoWizard/pwiz/blob/master/pwiz/utility/bindings/CLI/tradata/TraData.cpp", target="_blank"];
+     n_utility__bindings__CLI__tradata__TraDataFile [label=<<s>TraDataFile</s>>, fillcolor="#dcdcdc", color="#888888", fontcolor="#555555", tooltip="Won't port. No specific replacement recorded.", href="https://github.com/ProteoWizard/pwiz/blob/master/pwiz/utility/bindings/CLI/tradata/TraDataFile.cpp", target="_blank"];
+     n_utility__bindings__CLI__tradata__examples [label=<<s>examples</s>>, fillcolor="#dcdcdc", color="#888888", fontcolor="#555555", tooltip="Won't port. No specific replacement recorded.", href="https://github.com/ProteoWizard/pwiz/blob/master/pwiz/utility/bindings/CLI/tradata/examples.cpp", target="_blank"];
+     n_utility__bindings__SWIG__pwiz_RAMPAdapter [label=<<s>pwiz_RAMPAdapter</s>>, fillcolor="#dcdcdc", color="#888888", fontcolor="#555555", tooltip="Won't port. No specific replacement recorded.", href="https://github.com/ProteoWizard/pwiz/blob/master/pwiz/utility/bindings/SWIG/pwiz_RAMPAdapter.cpp", target="_blank"];
+     n_utility__bindings__SWIG__python_pwiz_RAMPAdapter [label=<<s>python_pwiz_RAMPAdapter</s>>, fillcolor="#dcdcdc", color="#888888", fontcolor="#555555", tooltip="Won't port. No specific replacement recorded.", href="https://github.com/ProteoWizard/pwiz/blob/master/pwiz/utility/bindings/SWIG/python_pwiz_RAMPAdapter.cpp", target="_blank"];
    n_utility__bindings__CLI__AssemblyInfo -> n_utility__bindings__CLI__ChromatogramList_SavitzkyGolaySmoother -> n_utility__bindings__CLI__analysis__SpectrumList_PeakFilter -> n_utility__bindings__CLI__analysis__spectrum_processing -> n_utility__bindings__CLI__chemistry__chemistry -> n_utility__bindings__CLI__common__BinaryData -> n_utility__bindings__CLI__common__IterationListener -> n_utility__bindings__CLI__common__ParamTypes -> n_utility__bindings__CLI__common__SharedCLI -> n_utility__bindings__CLI__common__Unimod -> n_utility__bindings__CLI__common__cv -> n_utility__bindings__CLI__common__cvgen_cli -> n_utility__bindings__CLI__common__map -> n_utility__bindings__CLI__common__unit -> n_utility__bindings__CLI__common__util -> n_utility__bindings__CLI__common__vector -> n_utility__bindings__CLI__common__virtual_map -> n_utility__bindings__CLI__example__benchmark -> n_utility__bindings__CLI__msdata__Diff -> n_utility__bindings__CLI__msdata__MSData -> n_utility__bindings__CLI__msdata__MSDataFile -> n_utility__bindings__CLI__msdata__Reader -> n_utility__bindings__CLI__msdata__examples -> n_utility__bindings__CLI__proteome__Diff -> n_utility__bindings__CLI__proteome__ProteomeData -> n_utility__bindings__CLI__proteome__ProteomeDataFile -> n_utility__bindings__CLI__proteome__Reader -> n_utility__bindings__CLI__proteome__examples -> n_utility__bindings__CLI__proteome__proteome -> n_utility__bindings__CLI__timstof_prm_scheduler__PrmScheduler -> n_utility__bindings__CLI__tradata__Diff -> n_utility__bindings__CLI__tradata__Reader -> n_utility__bindings__CLI__tradata__TraData -> n_utility__bindings__CLI__tradata__TraDataFile -> n_utility__bindings__CLI__tradata__examples -> n_utility__bindings__SWIG__pwiz_RAMPAdapter -> n_utility__bindings__SWIG__python_pwiz_RAMPAdapter [style=invis, constraint=false];
  }
  n_utility__chemistry__Chemistry -> n_utility__math__HouseholderQR [style=invis, minlen=1];
  n_utility__math__HouseholderQR -> n_utility__misc__Base64 [style=invis, minlen=1];
  n_utility__misc__Base64 -> n_utility__misc__Image [style=invis, minlen=1];
  n_utility__misc__Image -> n_utility__minimxml__SAXParser [style=invis, minlen=1];
  n_utility__minimxml__SAXParser -> n_utility__proteome__IPIFASTADatabase [style=invis, minlen=1];
  n_utility__proteome__IPIFASTADatabase -> n_utility__findmf__base__base__base [style=invis, minlen=1];
  n_utility__findmf__base__base__base -> n_utility__bindings__CLI__AssemblyInfo [style=invis, minlen=1];
  subgraph cluster_legend {
    label=<<b>Status</b>>;
    style="rounded";
    color="#444";
    fontname="Segoe UI";
    fontsize=11;
    margin=8;
    rank=same;
    legend_full [label="ported", fillcolor="#9ee5a3", color="#2c7a32", fontcolor="#0a3d10"];
    legend_partial [label="partial", fillcolor="#ffe48a", color="#a87000", fontcolor="#4a3000"];
    legend_none [label="not yet ported", fillcolor="#f5a8a8", color="#a02020", fontcolor="#3d0a0a"];
    legend_skipped [label=<<s>won't port (BCL/legacy)</s>>, fillcolor="#dcdcdc", color="#888888", fontcolor="#555555"];
    legend_full -> legend_partial -> legend_none -> legend_skipped [style=invis, constraint=false];
  }
  n_utility__bindings__CLI__AssemblyInfo -> legend_full [style=invis, minlen=1];
}
